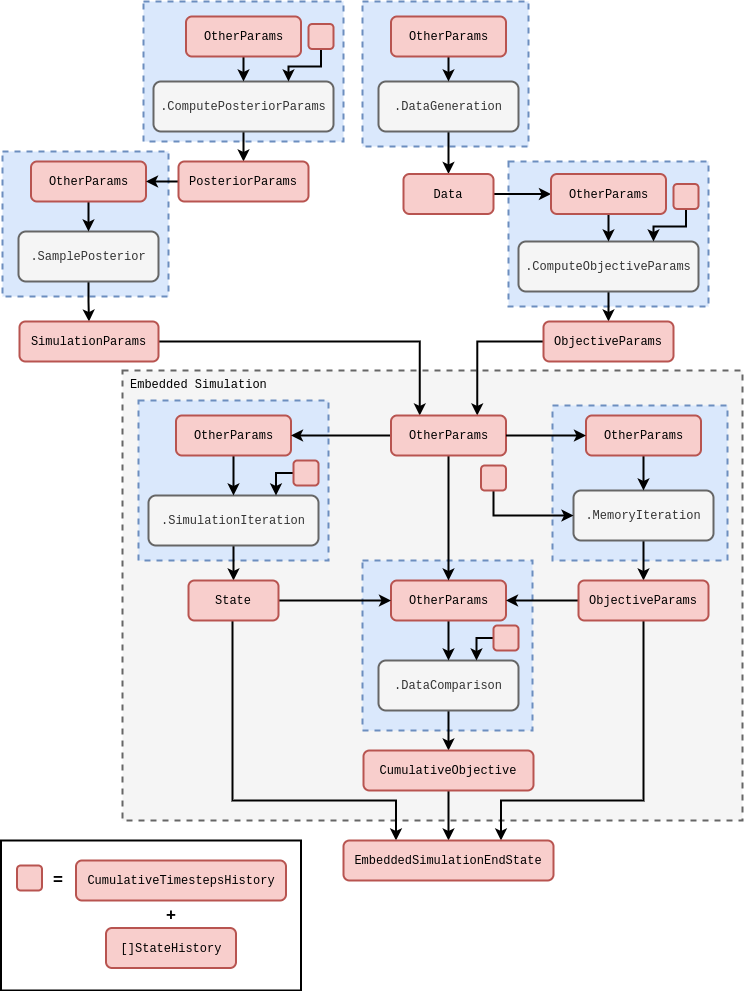
umbralcalc/umbralcalc.github.io keeps this draw.io diagram as assets/stochadexII/stochadexII-simulation-inference-code.drawio.png. Above is the earlier version. Source tidied: cells renumbered, new cells last; positions are measured from the earlier drawing's top-left corner, leaving out a move shared by most shapes.
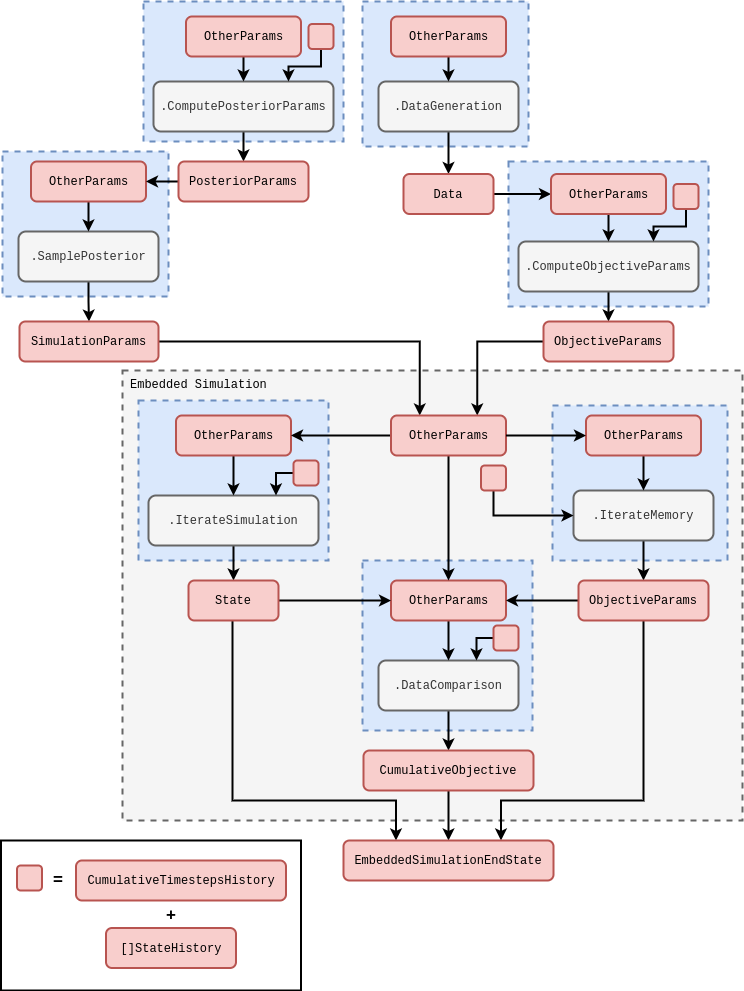
The same file after the commit.

Commit message:
Added new schematic and fleshed out the description of embedded simulations

The edit, as a diff of the source:
```diff
@@ -66,7 +66,7 @@
     <mxCell id="21" style="edgeStyle=orthogonalEdgeStyle;rounded=0;jettySize=auto;html=1;strokeWidth=2;" parent="1" edge="1" source="22" target="25">
       <mxGeometry relative="1" as="geometry" />
     </mxCell>
-    <mxCell id="22" value="&lt;font face=&quot;Courier New&quot;&gt;.SimulationIteration&lt;/font&gt;" style="rounded=1;whiteSpace=wrap;html=1;strokeWidth=2;fillColor=#f5f5f5;fontColor=#333333;strokeColor=#666666;" parent="1" vertex="1">
+    <mxCell id="22" value="&lt;font face=&quot;Courier New&quot;&gt;.Iterate&lt;/font&gt;&lt;span style=&quot;font-family: &amp;quot;Courier New&amp;quot;;&quot;&gt;Simulation&lt;/span&gt;" style="rounded=1;whiteSpace=wrap;html=1;strokeWidth=2;fillColor=#f5f5f5;fontColor=#333333;strokeColor=#666666;" parent="1" vertex="1">
       <mxGeometry x="148" y="494" width="170" height="50" as="geometry" />
     </mxCell>
     <mxCell id="23" style="edgeStyle=orthogonalEdgeStyle;rounded=0;jettySize=auto;html=1;strokeWidth=2;" parent="1" edge="1" source="25" target="15">
@@ -219,7 +219,7 @@
     <mxCell id="64" style="edgeStyle=orthogonalEdgeStyle;rounded=0;jettySize=auto;html=1;strokeWidth=2;" parent="1" edge="1" source="65" target="70">
       <mxGeometry relative="1" as="geometry" />
     </mxCell>
-    <mxCell id="65" value="&lt;font face=&quot;Courier New&quot;&gt;.MemoryIteration&lt;/font&gt;" style="rounded=1;whiteSpace=wrap;html=1;strokeWidth=2;fillColor=#f5f5f5;fontColor=#333333;strokeColor=#666666;" parent="1" vertex="1">
+    <mxCell id="65" value="&lt;font face=&quot;Courier New&quot;&gt;.Iterate&lt;/font&gt;&lt;span style=&quot;font-family: &amp;quot;Courier New&amp;quot;;&quot;&gt;Memory&lt;/span&gt;" style="rounded=1;whiteSpace=wrap;html=1;strokeWidth=2;fillColor=#f5f5f5;fontColor=#333333;strokeColor=#666666;" parent="1" vertex="1">
       <mxGeometry x="573" y="489" width="140" height="50" as="geometry" />
     </mxCell>
     <mxCell id="66" style="edgeStyle=orthogonalEdgeStyle;rounded=0;jettySize=auto;html=1;strokeWidth=2;" parent="1" edge="1" source="67" target="65">
```
